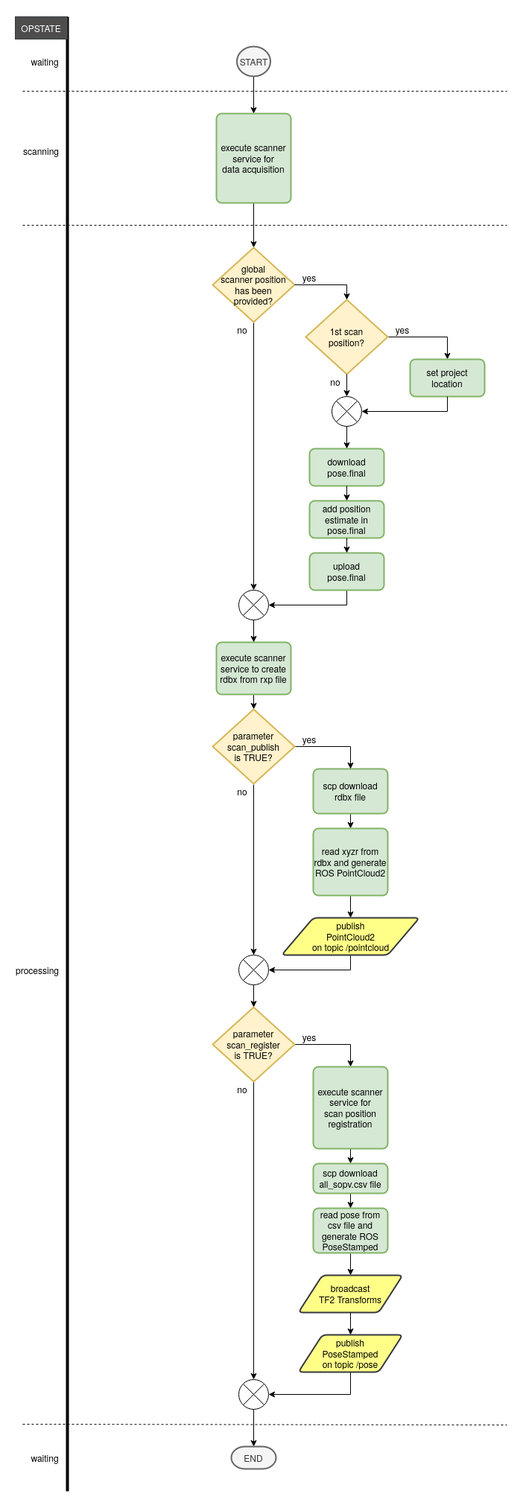
This is riegl_vz/img/scan.png from riegllms/ros-riegl-vz, a draw.io export, as it was before one commit. Source tidied: cells renumbered, new cells last; positions are measured from the earlier drawing's top-left corner, leaving out a move shared by most shapes.
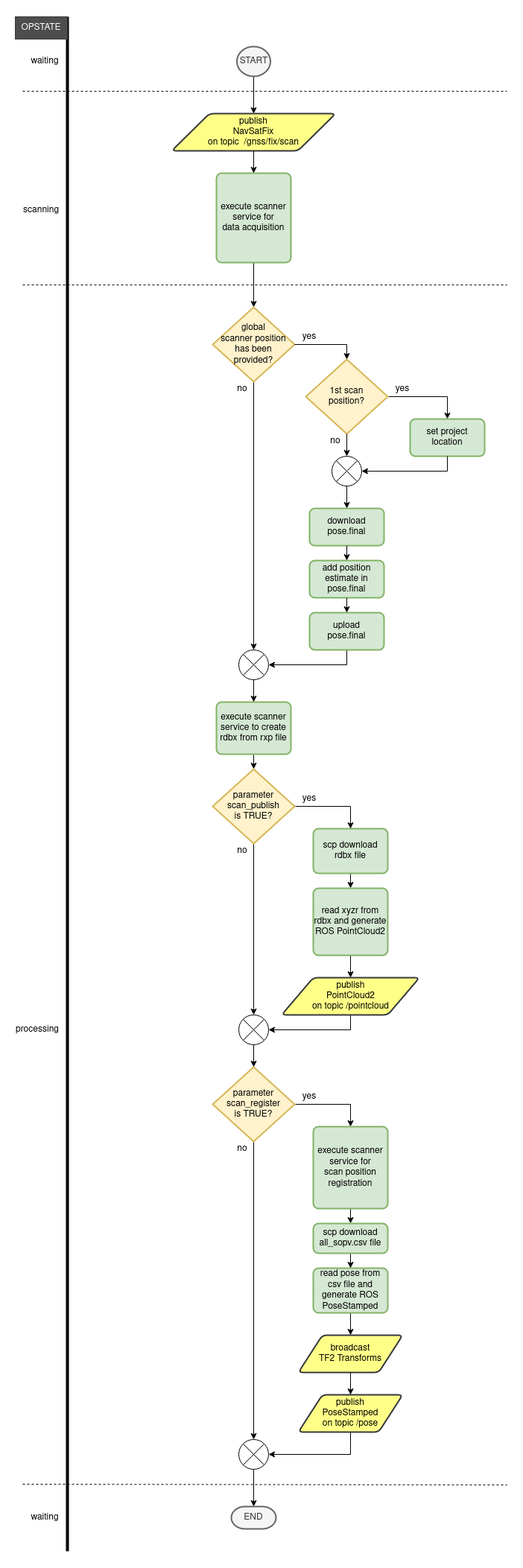
Above is the later version.

What changed in the source:
```diff
@@ -2,8 +2,10 @@
   <root>
     <mxCell id="0" />
     <mxCell id="1" parent="0" />
-    <mxCell id="2" style="edgeStyle=orthogonalEdgeStyle;rounded=0;jettySize=auto;html=1;exitX=0.5;exitY=1;exitDx=0;exitDy=0;exitPerimeter=0;entryX=0.5;entryY=0;entryDx=0;entryDy=0;" parent="1" edge="1" source="37" target="4">
-      <mxGeometry relative="1" as="geometry" />
+    <mxCell id="2" style="edgeStyle=orthogonalEdgeStyle;rounded=0;jettySize=auto;html=1;exitX=0.5;exitY=1;exitDx=0;exitDy=0;exitPerimeter=0;entryX=0.5;entryY=0;entryDx=0;entryDy=0;" parent="1" edge="1" source="37">
+      <mxGeometry relative="1" as="geometry">
+        <mxPoint x="320" y="50" as="targetPoint" />
+      </mxGeometry>
     </mxCell>
     <mxCell id="3" style="edgeStyle=orthogonalEdgeStyle;rounded=0;jettySize=auto;html=1;exitX=0.5;exitY=1;exitDx=0;exitDy=0;entryX=0.5;entryY=0;entryDx=0;entryDy=0;entryPerimeter=0;" parent="1" edge="1" source="4" target="45">
       <mxGeometry relative="1" as="geometry" />
@@ -17,7 +19,7 @@
       </mxGeometry>
     </mxCell>
     <mxCell id="6" value="waiting" style="text;html=1;strokeColor=none;fillColor=none;align=center;verticalAlign=middle;whiteSpace=wrap;rounded=0;" parent="1" vertex="1">
-      <mxGeometry x="20" y="50" width="40" height="20" as="geometry" />
+      <mxGeometry x="20" y="-30" width="40" height="20" as="geometry" />
     </mxCell>
     <mxCell id="7" value="scanning" style="text;html=1;strokeColor=none;fillColor=none;align=center;verticalAlign=middle;whiteSpace=wrap;rounded=0;" parent="1" vertex="1">
       <mxGeometry x="10" y="170" width="50" height="20" as="geometry" />
@@ -121,12 +123,12 @@
       <mxGeometry x="290" y="1920" width="60" height="30" as="geometry" />
     </mxCell>
     <mxCell id="37" value="START" style="strokeWidth=2;html=1;shape=mxgraph.flowchart.start_2;whiteSpace=wrap;fillColor=#f5f5f5;strokeColor=#666666;fontColor=#333333;" parent="1" vertex="1">
-      <mxGeometry x="297.5" y="40" width="45" height="40" as="geometry" />
+      <mxGeometry x="297.5" y="-40" width="45" height="40" as="geometry" />
     </mxCell>
     <mxCell id="38" style="endArrow=none;dashed=1;html=1;" parent="1" edge="1">
       <mxGeometry relative="1" as="geometry">
-        <mxPoint x="10" y="100" as="sourcePoint" />
-        <mxPoint x="660" y="100" as="targetPoint" />
+        <mxPoint x="10" y="20" as="sourcePoint" />
+        <mxPoint x="660" y="20" as="targetPoint" />
       </mxGeometry>
     </mxCell>
     <mxCell id="39" value="&lt;div&gt;publish&lt;/div&gt;&lt;div&gt;PointCloud2&lt;/div&gt;&lt;div&gt;on topic /pointcloud&lt;br&gt;&lt;/div&gt;" style="shape=parallelogram;html=1;strokeWidth=2;perimeter=parallelogramPerimeter;whiteSpace=wrap;rounded=1;arcSize=12;size=0.23;fillColor=#ffff88;strokeColor=#36393d;" parent="1" vertex="1">
@@ -136,7 +138,7 @@
       <mxGeometry x="380" y="1690" width="140" height="50" as="geometry" />
     </mxCell>
     <mxCell id="41" value="OPSTATE" style="rounded=0;whiteSpace=wrap;html=1;strokeColor=#36393d;fillColor=#4D4D4D;fontColor=#FFFFFF;" parent="1" vertex="1">
-      <mxGeometry width="70" height="30" as="geometry" />
+      <mxGeometry y="-80" width="70" height="30" as="geometry" />
     </mxCell>
     <mxCell id="42" value="add position estimate in pose.final" style="rounded=1;whiteSpace=wrap;html=1;absoluteArcSize=1;arcSize=14;strokeWidth=2;fillColor=#d5e8d4;strokeColor=#82b366;" parent="1" vertex="1">
       <mxGeometry x="395" y="650" width="100" height="50" as="geometry" />
@@ -236,5 +238,11 @@
     <mxCell id="69" style="edgeStyle=orthogonalEdgeStyle;rounded=0;jettySize=auto;html=1;exitX=0.5;exitY=1;exitDx=0;exitDy=0;entryX=0.5;entryY=0;entryDx=0;entryDy=0;" parent="1" edge="1" source="40" target="68">
       <mxGeometry relative="1" as="geometry" />
     </mxCell>
+    <mxCell id="70" value="&lt;div&gt;publish&lt;/div&gt;&lt;div&gt;NavSatFix&lt;/div&gt;&lt;div&gt;on topic&amp;nbsp; /gnss/fix/scan&lt;br&gt;&lt;/div&gt;" style="shape=parallelogram;html=1;strokeWidth=2;perimeter=parallelogramPerimeter;whiteSpace=wrap;rounded=1;arcSize=12;size=0.23;fillColor=#ffff88;strokeColor=#36393d;" parent="1" vertex="1">
+      <mxGeometry x="210" y="50" width="220" height="50" as="geometry" />
+    </mxCell>
+    <mxCell id="71" style="endArrow=classic;html=1;rounded=0;exitX=0.5;exitY=1;exitDx=0;exitDy=0;entryX=0.5;entryY=0;entryDx=0;entryDy=0;" parent="1" edge="1" source="70" target="4">
+      <mxGeometry relative="1" as="geometry" />
+    </mxCell>
   </root>
 </mxGraphModel>
```
